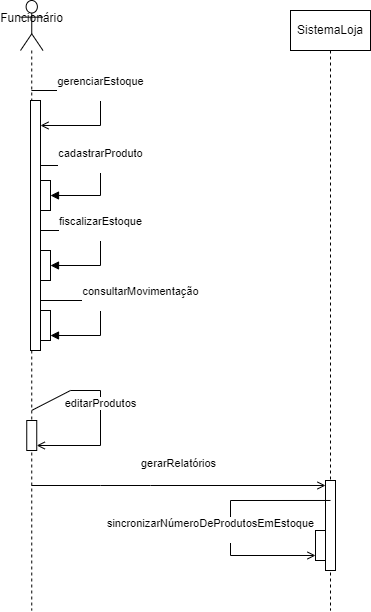
Zaibam/Desenvolvimento-De-Sistemas-1 keeps this draw.io diagram as Diagrama de sequência estoque.drawio.png. Above is the earlier version. Source tidied: cells renumbered, new cells last; positions are measured from the earlier drawing's top-left corner, leaving out a move shared by most shapes.
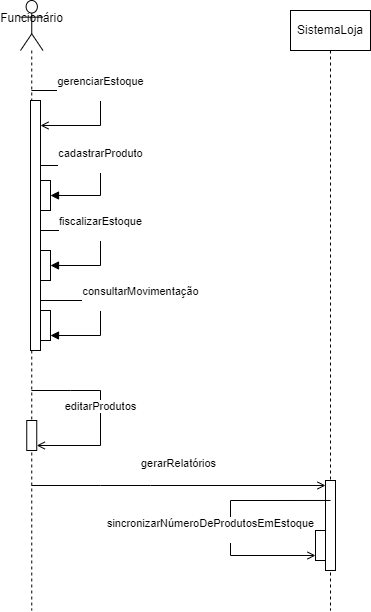
The same diagram one commit later.

Diff of the diagram source:
```diff
@@ -61,7 +61,7 @@
     <mxCell id="12" style="html=1;points=[[0,0,0,0,5],[0,1,0,0,-5],[1,0,0,0,5],[1,1,0,0,-5]];perimeter=orthogonalPerimeter;outlineConnect=0;targetShapes=umlLifeline;portConstraint=eastwest;newEdgeStyle={&quot;curved&quot;:0,&quot;rounded&quot;:0};" parent="10" vertex="1">
       <mxGeometry x="6.2" y="420" width="10" height="30" as="geometry" />
     </mxCell>
-    <mxCell id="13" value="editarProdutos" style="html=1;verticalAlign=bottom;endArrow=open;curved=0;rounded=0;entryX=1;entryY=1;entryDx=0;entryDy=-5;entryPerimeter=0;exitX=0.5;exitY=0.672;exitDx=0;exitDy=0;exitPerimeter=0;endFill=0;" parent="10" edge="1" source="10" target="12">
+    <mxCell id="13" value="editarProdutos" style="html=1;verticalAlign=bottom;endArrow=open;curved=0;rounded=0;entryX=1;entryY=1;entryDx=0;entryDy=-5;entryPerimeter=0;endFill=0;" parent="10" edge="1" source="10" target="12">
       <mxGeometry relative="1" as="geometry">
         <Array as="points">
           <mxPoint x="50" y="390" />
```
